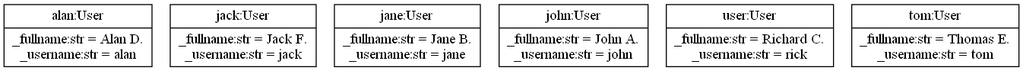
Before: documentation/diagram.gv.png, a diagram exported from Graphviz (nlhlong01/cli-facebook). Its source is kept beside it as documentation/diagram.gv.
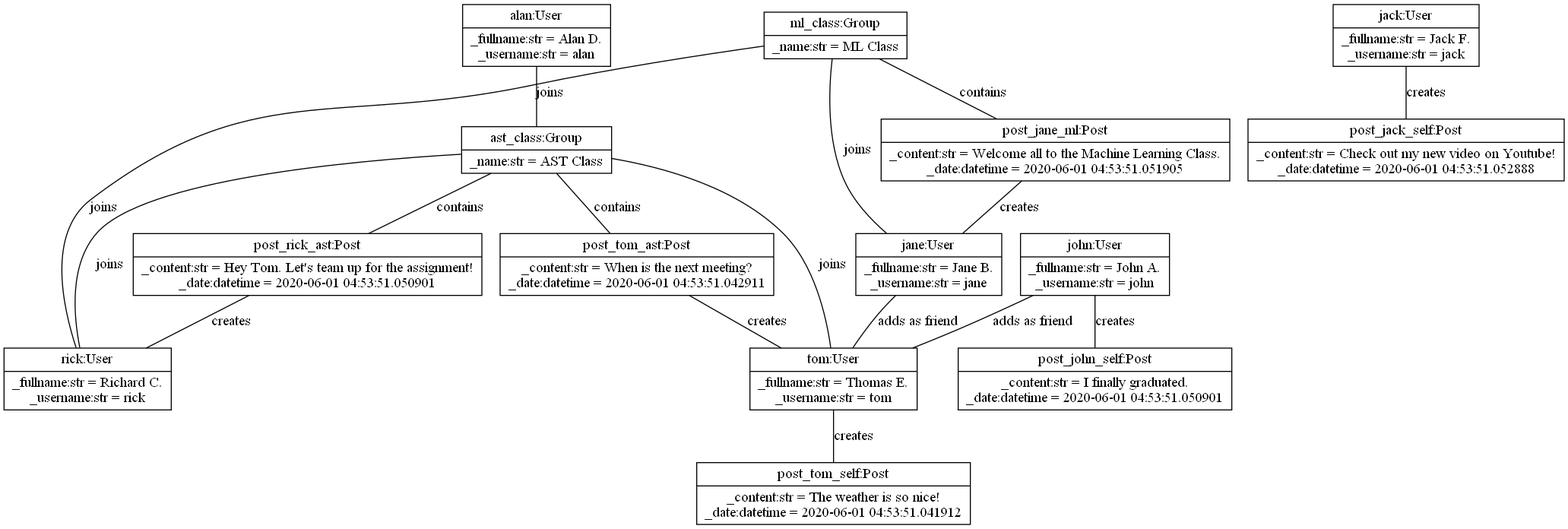
After the commit.

The edit, as a diff of the source:
```diff
@@ -1,10 +1,43 @@
-digraph "Facebook Object Diagram" {
+strict graph "Facebook Object Diagram" {
 	node [shape=record]
-	62253544 [label="{alan:User | _fullname:str = Alan D.\n_username:str = alan\n}"]
-	71592328 [label="{jack:User | _fullname:str = Jack F.\n_username:str = jack\n}"]
-	62253016 [label="{jane:User | _fullname:str = Jane B.\n_username:str = jane\n}"]
-	62253640 [label="{john:User | _fullname:str = John A.\n_username:str = john\n}"]
-	62253160 [label="{rick:User | _fullname:str = Richard C.\n_username:str = rick\n}"]
-	62253568 [label="{tom:User | _fullname:str = Thomas E.\n_username:str = tom\n}"]
-	62253160 [label="{user:User | _fullname:str = Richard C.\n_username:str = rick\n}"]
+	58906704 [label="{alan:User | _fullname:str = Alan D.\n_username:str = alan\n}"]
+	68246184 [label="{ast_class:Group | _name:str = AST Class\n}"]
+	68246136 [label="{jack:User | _fullname:str = Jack F.\n_username:str = jack\n}"]
+	58907280 [label="{jane:User | _fullname:str = Jane B.\n_username:str = jane\n}"]
+	58907424 [label="{john:User | _fullname:str = John A.\n_username:str = john\n}"]
+	68246232 [label="{ml_class:Group | _name:str = ML Class\n}"]
+	68246640 [label="{post_jack_self:Post | _content:str = Check out my new video on Youtube!\n_date:datetime = 2020-06-01 04:53:51.052888\n}"]
+	68246568 [label="{post_jane_ml:Post | _content:str = Welcome all to the Machine Learning Class.\n_date:datetime = 2020-06-01 04:53:51.051905\n}"]
+	68246424 [label="{post_john_self:Post | _content:str = I finally graduated.\n_date:datetime = 2020-06-01 04:53:51.050901\n}"]
+	68246496 [label="{post_rick_ast:Post | _content:str = Hey Tom. Let's team up for the assignment!\n_date:datetime = 2020-06-01 04:53:51.050901\n}"]
+	68246352 [label="{post_tom_ast:Post | _content:str = When is the next meeting?\n_date:datetime = 2020-06-01 04:53:51.042911\n}"]
+	68246280 [label="{post_tom_self:Post | _content:str = The weather is so nice!\n_date:datetime = 2020-06-01 04:53:51.041912\n}"]
+	58906728 [label="{rick:User | _fullname:str = Richard C.\n_username:str = rick\n}"]
+	58907400 [label="{tom:User | _fullname:str = Thomas E.\n_username:str = tom\n}"]
+	58906704 -- 68246184 [label=joins]
+	68246184 -- 58907400 [label=joins]
+	68246184 -- 58906704 [label=joins]
+	68246184 -- 58906728 [label=joins]
+	68246184 -- 68246352 [label=contains]
+	68246184 -- 68246496 [label=contains]
+	68246136 -- 68246640 [label=creates]
+	58907280 -- 58907400 [label="adds as friend"]
+	58907280 -- 68246232 [label=joins]
+	58907424 -- 58907400 [label="adds as friend"]
+	58907424 -- 68246424 [label=creates]
+	68246232 -- 58907280 [label=joins]
+	68246232 -- 58906728 [label=joins]
+	68246232 -- 68246568 [label=contains]
+	68246568 -- 68246232 [label=contains]
+	68246568 -- 58907280 [label=creates]
+	68246496 -- 68246184 [label=contains]
+	68246496 -- 58906728 [label=creates]
+	68246352 -- 68246184 [label=contains]
+	68246352 -- 58907400 [label=creates]
+	58906728 -- 68246184 [label=joins]
+	58906728 -- 68246232 [label=joins]
+	58907400 -- 58907424 [label="adds as friend"]
+	58907400 -- 58907280 [label="adds as friend"]
+	58907400 -- 68246184 [label=joins]
+	58907400 -- 68246280 [label=creates]
 }
```
